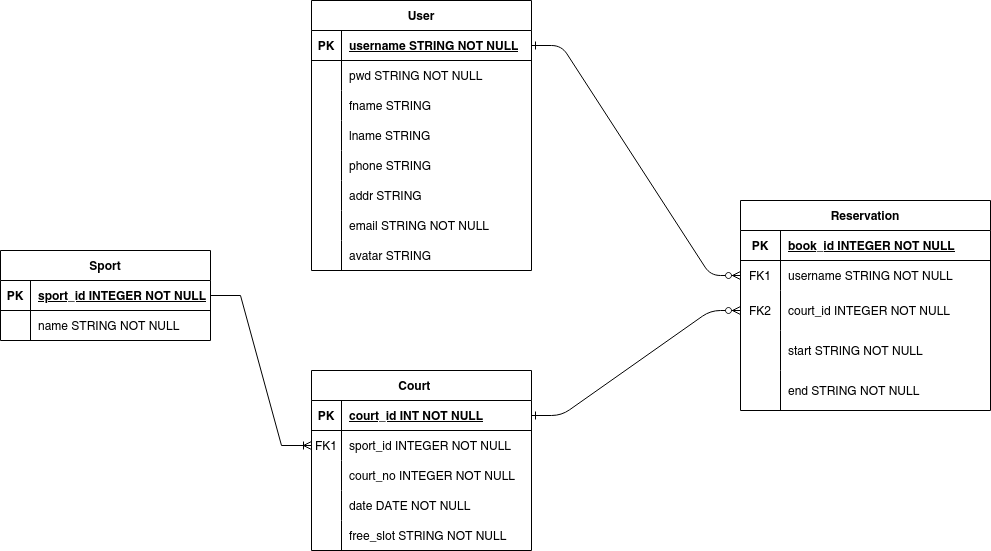
Above: uploads/PWP-BYC-diagram.png in tuminguyen/PWP (draw.io), before the change. Source tidied: cells renumbered, new cells last; positions are measured from the earlier drawing's top-left corner, leaving out a move shared by most shapes.
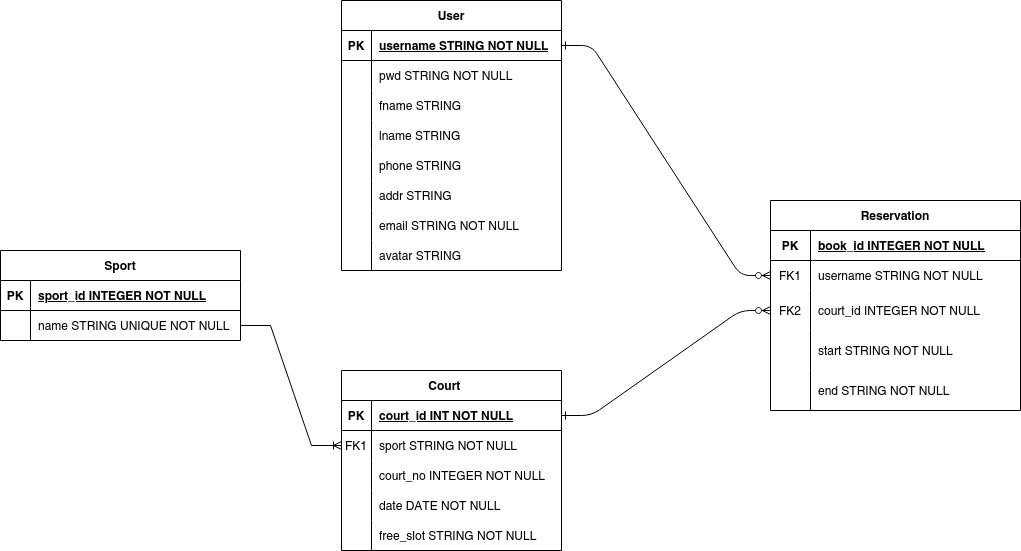
Above is the later version.

Commit message:
update wiki db diagram

Diff of the diagram source:
```diff
@@ -6,25 +6,25 @@
       <mxGeometry relative="1" as="geometry" />
     </mxCell>
     <mxCell id="3" value="Sport" style="shape=table;startSize=30;rowLines=0;fontStyle=1;align=center;" parent="1" vertex="1">
-      <mxGeometry y="250" width="210" height="90" as="geometry" />
+      <mxGeometry x="-30" y="250" width="240" height="90" as="geometry" />
     </mxCell>
     <mxCell id="4" style="shape=partialRectangle;fillColor=none;points=[[0,0.5],[1,0.5]];portConstraint=eastwest;top=0;left=0;right=0;bottom=1;" parent="3" vertex="1">
-      <mxGeometry y="30" width="210" height="30" as="geometry" />
+      <mxGeometry y="30" width="240" height="30" as="geometry" />
     </mxCell>
     <mxCell id="5" value="PK" style="shape=partialRectangle;overflow=hidden;fillColor=none;top=0;left=0;bottom=0;right=0;fontStyle=1;" parent="4" vertex="1">
       <mxGeometry width="30" height="30" as="geometry" />
     </mxCell>
     <mxCell id="6" value="sport_id INTEGER NOT NULL " style="shape=partialRectangle;overflow=hidden;fillColor=none;top=0;left=0;bottom=0;right=0;align=left;spacingLeft=6;fontStyle=5;" parent="4" vertex="1">
-      <mxGeometry x="30" width="180" height="30" as="geometry" />
+      <mxGeometry x="30" width="210" height="30" as="geometry" />
     </mxCell>
     <mxCell id="7" style="shape=partialRectangle;fillColor=none;points=[[0,0.5],[1,0.5]];portConstraint=eastwest;top=0;left=0;right=0;bottom=0;" parent="3" vertex="1">
-      <mxGeometry y="60" width="210" height="30" as="geometry" />
+      <mxGeometry y="60" width="240" height="30" as="geometry" />
     </mxCell>
     <mxCell id="8" style="shape=partialRectangle;overflow=hidden;fillColor=none;top=0;left=0;bottom=0;right=0;" parent="7" vertex="1">
       <mxGeometry width="30" height="30" as="geometry" />
     </mxCell>
-    <mxCell id="9" value="name STRING NOT NULL" style="shape=partialRectangle;overflow=hidden;fillColor=none;top=0;left=0;bottom=0;right=0;align=left;spacingLeft=6;" parent="7" vertex="1">
-      <mxGeometry x="30" width="180" height="30" as="geometry" />
+    <mxCell id="9" value="name STRING UNIQUE NOT NULL" style="shape=partialRectangle;overflow=hidden;fillColor=none;top=0;left=0;bottom=0;right=0;align=left;spacingLeft=6;" parent="7" vertex="1">
+      <mxGeometry x="30" width="210" height="30" as="geometry" />
     </mxCell>
     <mxCell id="10" value="Reservation" style="shape=table;startSize=30;rowLines=0;fontStyle=1;align=center;" parent="1" vertex="1">
       <mxGeometry x="740" y="200" width="250" height="210" as="geometry" />
@@ -92,7 +92,7 @@
     <mxCell id="31" value="FK1" style="shape=partialRectangle;fillColor=none;top=0;left=0;bottom=0;right=0;overflow=hidden;" parent="30" vertex="1">
       <mxGeometry width="30" height="30" as="geometry" />
     </mxCell>
-    <mxCell id="32" value="sport_id INTEGER NOT NULL    " style="shape=partialRectangle;fillColor=none;top=0;left=0;bottom=0;right=0;align=left;spacingLeft=6;overflow=hidden;" parent="30" vertex="1">
+    <mxCell id="32" value="sport STRING NOT NULL    " style="shape=partialRectangle;fillColor=none;top=0;left=0;bottom=0;right=0;align=left;spacingLeft=6;overflow=hidden;" parent="30" vertex="1">
       <mxGeometry x="30" width="190" height="30" as="geometry" />
     </mxCell>
     <mxCell id="33" style="shape=tableRow;horizontal=0;startSize=0;swimlaneHead=0;swimlaneBody=0;fillColor=none;top=0;left=0;right=0;bottom=0;" parent="26" vertex="1">
@@ -197,7 +197,7 @@
     <mxCell id="66" value="avatar STRING" style="shape=partialRectangle;fillColor=none;top=0;left=0;bottom=0;right=0;align=left;spacingLeft=6;overflow=hidden;" parent="64" vertex="1">
       <mxGeometry x="30" width="190" height="30" as="geometry" />
     </mxCell>
-    <mxCell id="67" style="edgeStyle=entityRelationEdgeStyle;fontSize=12;html=1;endArrow=ERoneToMany;rounded=0;entryX=0;entryY=0.5;entryDx=0;entryDy=0;" parent="1" edge="1" source="4" target="30">
+    <mxCell id="67" style="edgeStyle=entityRelationEdgeStyle;fontSize=12;html=1;endArrow=ERoneToMany;rounded=0;entryX=0;entryY=0.5;entryDx=0;entryDy=0;exitX=1;exitY=0.5;exitDx=0;exitDy=0;" parent="1" edge="1" source="7" target="30">
       <mxGeometry relative="1" as="geometry" />
     </mxCell>
     <mxCell id="68" style="edgeStyle=entityRelationEdgeStyle;endArrow=ERzeroToMany;startArrow=ERone;endFill=1;startFill=0;" parent="1" edge="1" source="27" target="17">
```
